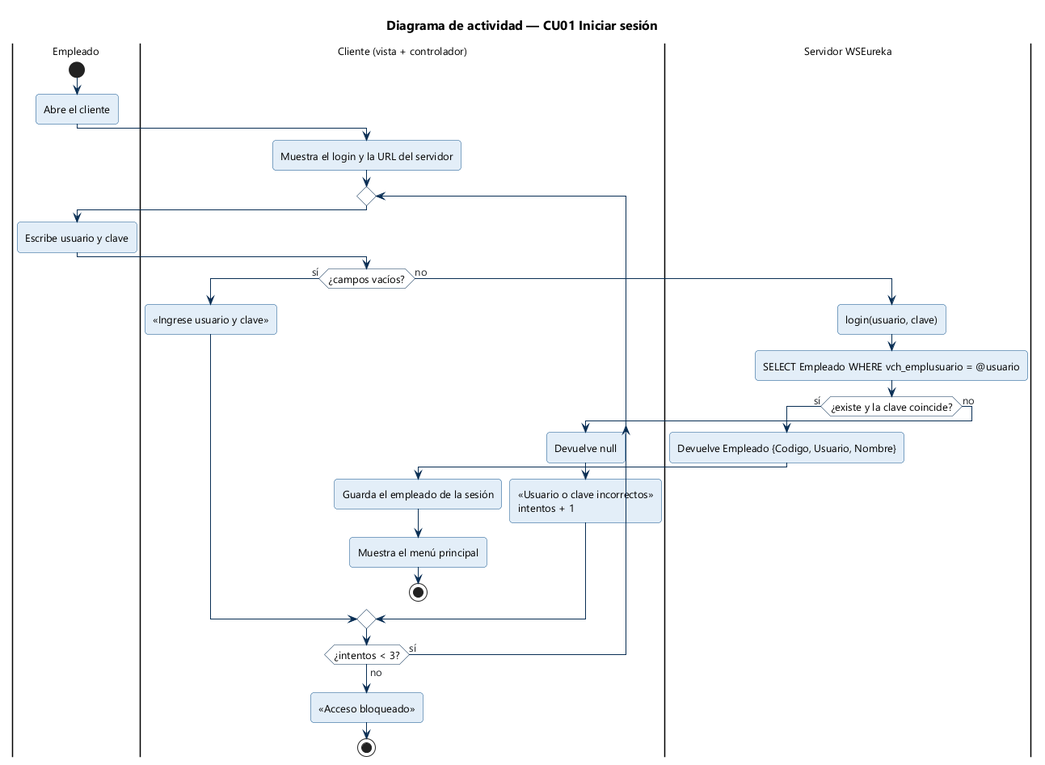
Above: 01. UML/03. DIAGRAMAS/02_ACTIVIDAD/DA_Ingresar_Sistema.png in jsmasapanta/T2.1.2-PAO202651_SOAP_DOTNET_BDD_NRC36884_GR01 (PlantUML), before the change.
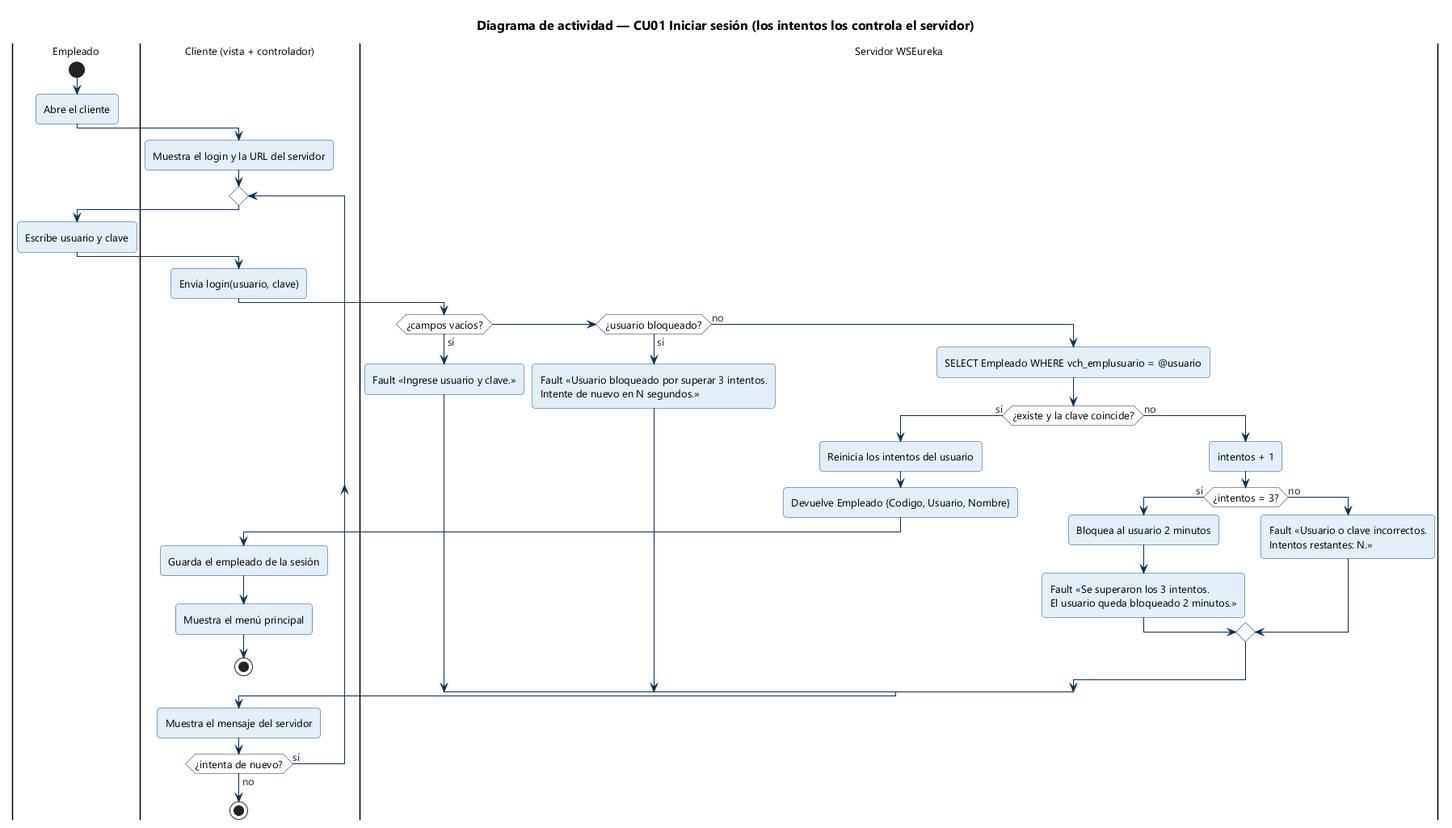
Later version of the same file.

Diff of the diagram source:
```diff
@@ -1,6 +1,6 @@
 @startuml DA_Ingresar_Sistema
 !include ../_estilo.iuml
-title Diagrama de actividad — CU01 Iniciar sesión
+title Diagrama de actividad — CU01 Iniciar sesión (los intentos los controla el servidor)
 
 |Empleado|
 start
@@ -11,25 +11,34 @@
   |Empleado|
   :Escribe usuario y clave;
   |Cliente (vista + controlador)|
+  :Envía login(usuario, clave);
+  |Servidor WSEureka|
   if (¿campos vacíos?) then (sí)
-    :«Ingrese usuario y clave»;
+    :Fault «Ingrese usuario y clave.»;
+  elseif (¿usuario bloqueado?) then (sí)
+    :Fault «Usuario bloqueado por superar 3 intentos.\nIntente de nuevo en N segundos.»;
   else (no)
-    |Servidor WSEureka|
-    :login(usuario, clave);
     :SELECT Empleado WHERE vch_emplusuario = @usuario;
     if (¿existe y la clave coincide?) then (sí)
+      :Reinicia los intentos del usuario;
       :Devuelve Empleado {Codigo, Usuario, Nombre};
       |Cliente (vista + controlador)|
       :Guarda el empleado de la sesión;
       :Muestra el menú principal;
       stop
     else (no)
-      :Devuelve null;
-      |Cliente (vista + controlador)|
-      :«Usuario o clave incorrectos»\nintentos + 1;
+      |Servidor WSEureka|
+      :intentos + 1;
+      if (¿intentos = 3?) then (sí)
+        :Bloquea al usuario 2 minutos;
+        :Fault «Se superaron los 3 intentos.\nEl usuario queda bloqueado 2 minutos.»;
+      else (no)
+        :Fault «Usuario o clave incorrectos.\nIntentos restantes: N.»;
+      endif
     endif
   endif
-repeat while (¿intentos < 3?) is (sí) not (no)
-:«Acceso bloqueado»;
+  |Cliente (vista + controlador)|
+  :Muestra el mensaje del servidor;
+repeat while (¿intenta de nuevo?) is (sí) not (no)
 stop
 @enduml
```
